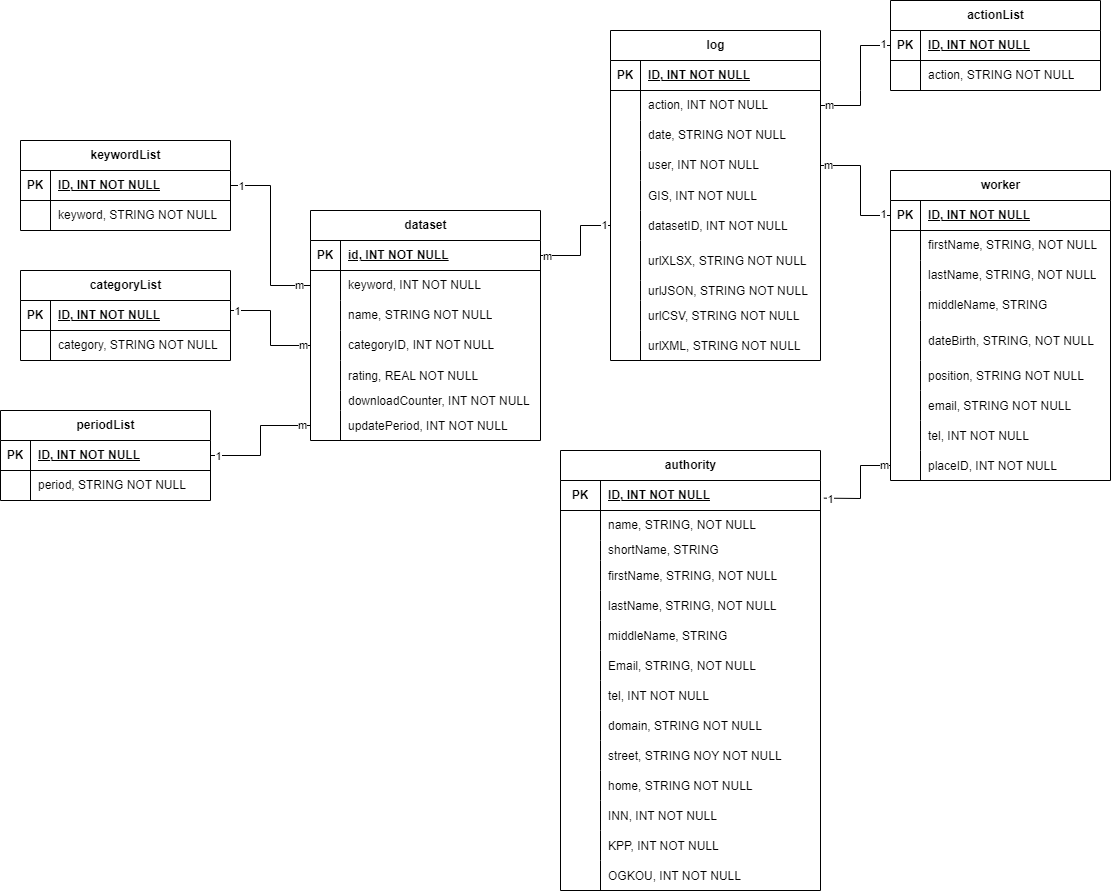
Before: даталогическая модель.png, a diagram exported from draw.io (n0kse/shumskiiIN_kursovaya). Source tidied: cells renumbered, new cells last; positions are measured from the earlier drawing's top-left corner, leaving out a move shared by most shapes.
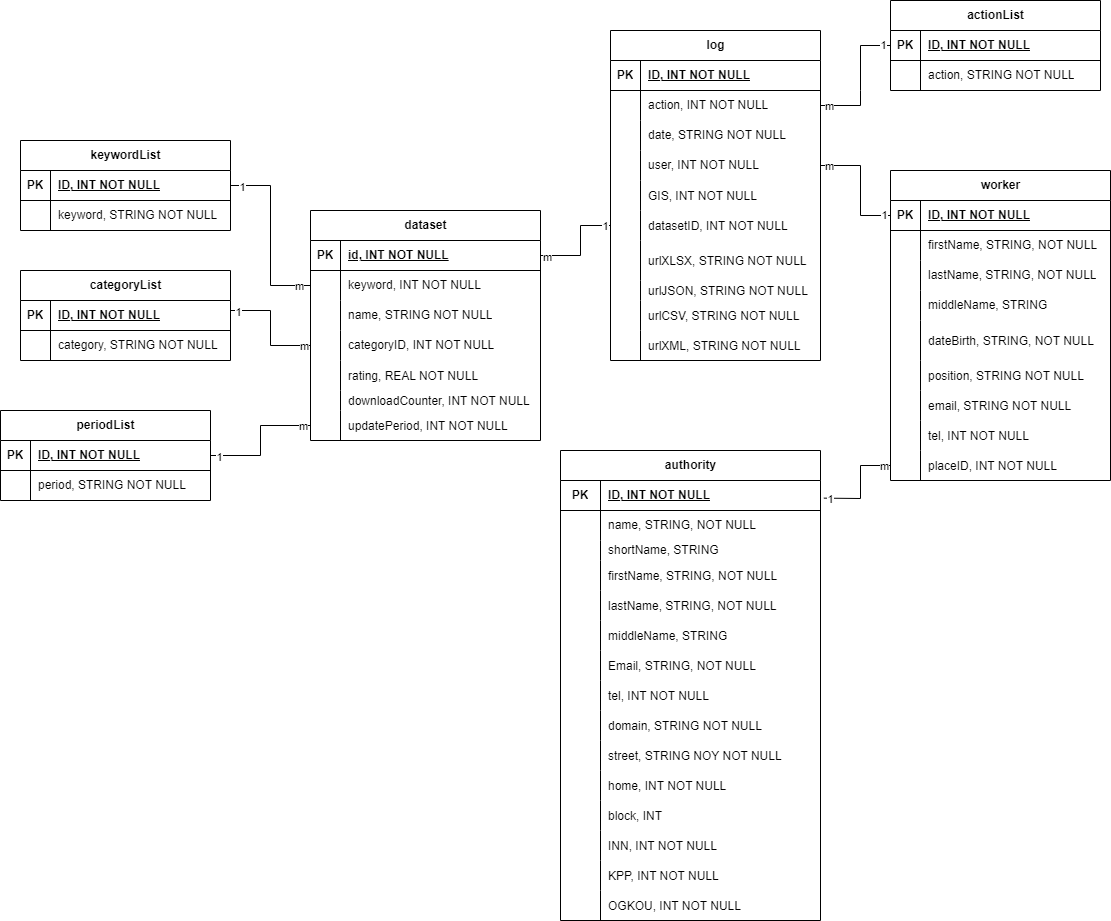
The same file after the commit.

Commit message:
Изменение в таблице authority

The edit, as a diff of the source:
```diff
@@ -3,7 +3,7 @@
     <mxCell id="0" />
     <mxCell id="1" parent="0" />
     <mxCell id="2" value="authority" style="shape=table;startSize=30;rowLines=0;fontStyle=1;align=center;html=1;" parent="1" vertex="1">
-      <mxGeometry x="560" y="450" width="260" height="440" as="geometry" />
+      <mxGeometry x="560" y="450" width="260" height="470" as="geometry" />
     </mxCell>
     <mxCell id="3" style="shape=tableRow;horizontal=0;startSize=0;swimlaneHead=0;swimlaneBody=0;fillColor=none;points=[[0,0.5],[1,0.5]];portConstraint=eastwest;top=0;left=0;right=0;bottom=1;" parent="2" vertex="1">
       <mxGeometry y="30" width="260" height="30" as="geometry" />
@@ -101,11 +101,20 @@
     <mxCell id="34" style="shape=partialRectangle;fillColor=none;top=0;left=0;bottom=0;right=0;overflow=hidden;" parent="33" vertex="1">
       <mxGeometry width="40" height="30" as="geometry" />
     </mxCell>
-    <mxCell id="35" value="home, STRING NOT NULL" style="shape=partialRectangle;fillColor=none;top=0;left=0;bottom=0;right=0;align=left;spacingLeft=6;overflow=hidden;" parent="33" vertex="1">
+    <mxCell id="35" value="home, INT NOT NULL" style="shape=partialRectangle;fillColor=none;top=0;left=0;bottom=0;right=0;align=left;spacingLeft=6;overflow=hidden;" parent="33" vertex="1">
       <mxGeometry x="40" width="220" height="30" as="geometry" />
     </mxCell>
+    <mxCell id="176" style="shape=tableRow;horizontal=0;startSize=0;swimlaneHead=0;swimlaneBody=0;fillColor=none;top=0;left=0;right=0;bottom=0;" parent="2" vertex="1">
+      <mxGeometry y="350" width="260" height="30" as="geometry" />
+    </mxCell>
+    <mxCell id="177" style="shape=partialRectangle;fillColor=none;top=0;left=0;bottom=0;right=0;overflow=hidden;" parent="176" vertex="1">
+      <mxGeometry width="40" height="30" as="geometry" />
+    </mxCell>
+    <mxCell id="178" value="block, INT" style="shape=partialRectangle;fillColor=none;top=0;left=0;bottom=0;right=0;align=left;spacingLeft=6;overflow=hidden;" parent="176" vertex="1">
+      <mxGeometry x="40" width="220" height="30" as="geometry" />
+    </mxCell>
     <mxCell id="36" style="shape=tableRow;horizontal=0;startSize=0;swimlaneHead=0;swimlaneBody=0;fillColor=none;top=0;left=0;right=0;bottom=0;" parent="2" vertex="1">
-      <mxGeometry y="350" width="260" height="30" as="geometry" />
+      <mxGeometry y="380" width="260" height="30" as="geometry" />
     </mxCell>
     <mxCell id="37" style="shape=partialRectangle;fillColor=none;top=0;left=0;bottom=0;right=0;overflow=hidden;" parent="36" vertex="1">
       <mxGeometry width="40" height="30" as="geometry" />
@@ -114,7 +123,7 @@
       <mxGeometry x="40" width="220" height="30" as="geometry" />
     </mxCell>
     <mxCell id="39" style="shape=tableRow;horizontal=0;startSize=0;swimlaneHead=0;swimlaneBody=0;fillColor=none;top=0;left=0;right=0;bottom=0;" parent="2" vertex="1">
-      <mxGeometry y="380" width="260" height="30" as="geometry" />
+      <mxGeometry y="410" width="260" height="30" as="geometry" />
     </mxCell>
     <mxCell id="40" style="shape=partialRectangle;fillColor=none;top=0;left=0;bottom=0;right=0;overflow=hidden;" parent="39" vertex="1">
       <mxGeometry width="40" height="30" as="geometry" />
@@ -123,7 +132,7 @@
       <mxGeometry x="40" width="220" height="30" as="geometry" />
     </mxCell>
     <mxCell id="42" style="shape=tableRow;horizontal=0;startSize=0;swimlaneHead=0;swimlaneBody=0;fillColor=none;top=0;left=0;right=0;bottom=0;" parent="2" vertex="1">
-      <mxGeometry y="410" width="260" height="30" as="geometry" />
+      <mxGeometry y="440" width="260" height="30" as="geometry" />
     </mxCell>
     <mxCell id="43" style="shape=partialRectangle;fillColor=none;top=0;left=0;bottom=0;right=0;overflow=hidden;" parent="42" vertex="1">
       <mxGeometry width="40" height="30" as="geometry" />
```
